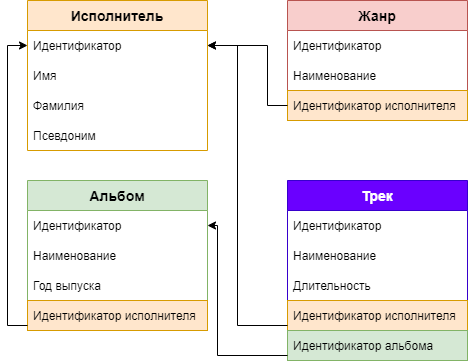
bas27/hw_db_fpy46 keeps this draw.io diagram as shema_db.png. Above is the earlier version. Source tidied: cells renumbered, new cells last; positions are measured from the earlier drawing's top-left corner, leaving out a move shared by most shapes.
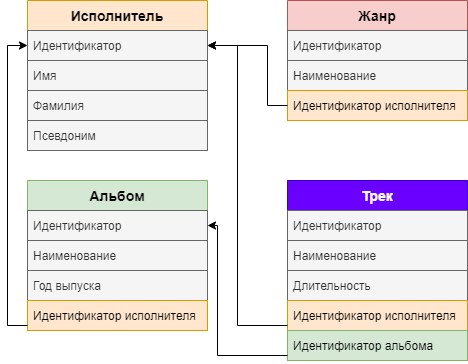
After the commit.

The edit, as a diff of the source:
```diff
@@ -5,28 +5,28 @@
     <mxCell id="2" value="Исполнитель" style="swimlane;fontStyle=1;horizontal=1;startSize=30;fontSize=14;labelBackgroundColor=none;fillColor=#ffe6cc;strokeColor=#d79b00;" parent="1" vertex="1">
       <mxGeometry x="20" width="180" height="150" as="geometry" />
     </mxCell>
-    <mxCell id="3" value="Идентификатор" style="text;strokeColor=none;fillColor=none;align=left;verticalAlign=middle;spacingLeft=4;spacingRight=4;overflow=hidden;points=[[0,0.5],[1,0.5]];portConstraint=eastwest;" parent="2" vertex="1">
+    <mxCell id="3" value="Идентификатор" style="text;align=left;verticalAlign=middle;spacingLeft=4;spacingRight=4;overflow=hidden;points=[[0,0.5],[1,0.5]];portConstraint=eastwest;fillColor=#f5f5f5;fontColor=#333333;strokeColor=#666666;" parent="2" vertex="1">
       <mxGeometry y="30" width="180" height="30" as="geometry" />
     </mxCell>
-    <mxCell id="4" value="Имя" style="text;strokeColor=none;fillColor=none;align=left;verticalAlign=middle;spacingLeft=4;spacingRight=4;overflow=hidden;" parent="2" vertex="1">
+    <mxCell id="4" value="Имя" style="text;align=left;verticalAlign=middle;spacingLeft=4;spacingRight=4;overflow=hidden;fillColor=#f5f5f5;fontColor=#333333;strokeColor=#666666;" parent="2" vertex="1">
       <mxGeometry y="60" width="180" height="30" as="geometry" />
     </mxCell>
-    <mxCell id="5" value="Фамилия" style="text;strokeColor=none;fillColor=none;align=left;verticalAlign=middle;spacingLeft=4;spacingRight=4;overflow=hidden;" parent="2" vertex="1">
+    <mxCell id="5" value="Фамилия" style="text;align=left;verticalAlign=middle;spacingLeft=4;spacingRight=4;overflow=hidden;fillColor=#f5f5f5;fontColor=#333333;strokeColor=#666666;" parent="2" vertex="1">
       <mxGeometry y="90" width="180" height="30" as="geometry" />
     </mxCell>
-    <mxCell id="6" value="Псевдоним" style="text;strokeColor=none;fillColor=none;align=left;verticalAlign=middle;spacingLeft=4;spacingRight=4;overflow=hidden;" parent="2" vertex="1">
+    <mxCell id="6" value="Псевдоним" style="text;align=left;verticalAlign=middle;spacingLeft=4;spacingRight=4;overflow=hidden;fillColor=#f5f5f5;fontColor=#333333;strokeColor=#666666;" parent="2" vertex="1">
       <mxGeometry y="120" width="180" height="30" as="geometry" />
     </mxCell>
     <mxCell id="7" value="Альбом" style="swimlane;fontStyle=1;horizontal=1;startSize=30;fontSize=14;fillColor=#d5e8d4;strokeColor=#82b366;" parent="1" vertex="1">
       <mxGeometry x="20" y="180" width="180" height="150" as="geometry" />
     </mxCell>
-    <mxCell id="8" value="Идентификатор" style="text;strokeColor=none;fillColor=none;align=left;verticalAlign=middle;spacingLeft=4;spacingRight=4;overflow=hidden;points=[[0,0.5],[1,0.5]];portConstraint=eastwest;" parent="7" vertex="1">
+    <mxCell id="8" value="Идентификатор" style="text;strokeColor=#666666;fillColor=#f5f5f5;align=left;verticalAlign=middle;spacingLeft=4;spacingRight=4;overflow=hidden;points=[[0,0.5],[1,0.5]];portConstraint=eastwest;fontColor=#333333;" parent="7" vertex="1">
       <mxGeometry y="30" width="180" height="30" as="geometry" />
     </mxCell>
-    <mxCell id="9" value="Наименование" style="text;strokeColor=none;fillColor=none;align=left;verticalAlign=middle;spacingLeft=4;spacingRight=4;overflow=hidden;" parent="7" vertex="1">
+    <mxCell id="9" value="Наименование" style="text;strokeColor=#666666;fillColor=#f5f5f5;align=left;verticalAlign=middle;spacingLeft=4;spacingRight=4;overflow=hidden;fontColor=#333333;" parent="7" vertex="1">
       <mxGeometry y="60" width="180" height="30" as="geometry" />
     </mxCell>
-    <mxCell id="10" value="Год выпуска" style="text;strokeColor=none;fillColor=none;align=left;verticalAlign=middle;spacingLeft=4;spacingRight=4;overflow=hidden;" parent="7" vertex="1">
+    <mxCell id="10" value="Год выпуска" style="text;strokeColor=#666666;fillColor=#f5f5f5;align=left;verticalAlign=middle;spacingLeft=4;spacingRight=4;overflow=hidden;fontColor=#333333;" parent="7" vertex="1">
       <mxGeometry y="90" width="180" height="30" as="geometry" />
     </mxCell>
     <mxCell id="11" value="Идентификатор исполнителя" style="text;strokeColor=#d79b00;fillColor=#ffe6cc;align=left;verticalAlign=middle;spacingLeft=4;spacingRight=4;overflow=hidden;points=[[0,0.5],[1,0.5]];portConstraint=eastwest;" parent="7" vertex="1">
@@ -35,13 +35,13 @@
     <mxCell id="12" value="Трек" style="swimlane;fontStyle=1;horizontal=1;startSize=30;fontSize=14;fillColor=#6a00ff;strokeColor=#3700CC;fontColor=#ffffff;" parent="1" vertex="1">
       <mxGeometry x="280" y="180" width="180" height="180" as="geometry" />
     </mxCell>
-    <mxCell id="13" value="Идентификатор" style="text;strokeColor=none;fillColor=none;align=left;verticalAlign=middle;spacingLeft=4;spacingRight=4;overflow=hidden;" parent="12" vertex="1">
+    <mxCell id="13" value="Идентификатор" style="text;strokeColor=#666666;fillColor=#f5f5f5;align=left;verticalAlign=middle;spacingLeft=4;spacingRight=4;overflow=hidden;fontColor=#333333;" parent="12" vertex="1">
       <mxGeometry y="30" width="180" height="30" as="geometry" />
     </mxCell>
-    <mxCell id="14" value="Наименование" style="text;strokeColor=none;fillColor=none;align=left;verticalAlign=middle;spacingLeft=4;spacingRight=4;overflow=hidden;" parent="12" vertex="1">
+    <mxCell id="14" value="Наименование" style="text;strokeColor=#666666;fillColor=#f5f5f5;align=left;verticalAlign=middle;spacingLeft=4;spacingRight=4;overflow=hidden;fontColor=#333333;" parent="12" vertex="1">
       <mxGeometry y="60" width="180" height="30" as="geometry" />
     </mxCell>
-    <mxCell id="15" value="Длительность" style="text;strokeColor=none;fillColor=none;align=left;verticalAlign=middle;spacingLeft=4;spacingRight=4;overflow=hidden;" parent="12" vertex="1">
+    <mxCell id="15" value="Длительность" style="text;strokeColor=#666666;fillColor=#f5f5f5;align=left;verticalAlign=middle;spacingLeft=4;spacingRight=4;overflow=hidden;fontColor=#333333;" parent="12" vertex="1">
       <mxGeometry y="90" width="180" height="30" as="geometry" />
     </mxCell>
     <mxCell id="16" value="Идентификатор исполнителя" style="text;strokeColor=#d79b00;fillColor=#ffe6cc;align=left;verticalAlign=middle;spacingLeft=4;spacingRight=4;overflow=hidden;points=[[0,0.5],[1,0.5]];portConstraint=eastwest;" parent="12" vertex="1">
@@ -53,10 +53,10 @@
     <mxCell id="18" value="Жанр" style="swimlane;fontStyle=1;horizontal=1;startSize=30;fontSize=14;fillColor=#f8cecc;strokeColor=#b85450;" parent="1" vertex="1">
       <mxGeometry x="280" width="180" height="120" as="geometry" />
     </mxCell>
-    <mxCell id="19" value="Идентификатор" style="text;strokeColor=none;fillColor=none;align=left;verticalAlign=middle;spacingLeft=4;spacingRight=4;overflow=hidden;" parent="18" vertex="1">
+    <mxCell id="19" value="Идентификатор" style="text;strokeColor=#666666;fillColor=#f5f5f5;align=left;verticalAlign=middle;spacingLeft=4;spacingRight=4;overflow=hidden;fontColor=#333333;" parent="18" vertex="1">
       <mxGeometry y="30" width="180" height="30" as="geometry" />
     </mxCell>
-    <mxCell id="20" value="Наименование" style="text;strokeColor=none;fillColor=none;align=left;verticalAlign=middle;spacingLeft=4;spacingRight=4;overflow=hidden;" parent="18" vertex="1">
+    <mxCell id="20" value="Наименование" style="text;strokeColor=#666666;fillColor=#f5f5f5;align=left;verticalAlign=middle;spacingLeft=4;spacingRight=4;overflow=hidden;fontColor=#333333;" parent="18" vertex="1">
       <mxGeometry y="60" width="180" height="30" as="geometry" />
     </mxCell>
     <mxCell id="21" value="Идентификатор исполнителя" style="text;strokeColor=#d79b00;fillColor=#ffe6cc;align=left;verticalAlign=middle;spacingLeft=4;spacingRight=4;overflow=hidden;points=[[0,0.5],[1,0.5]];portConstraint=eastwest;" parent="18" vertex="1">
```
